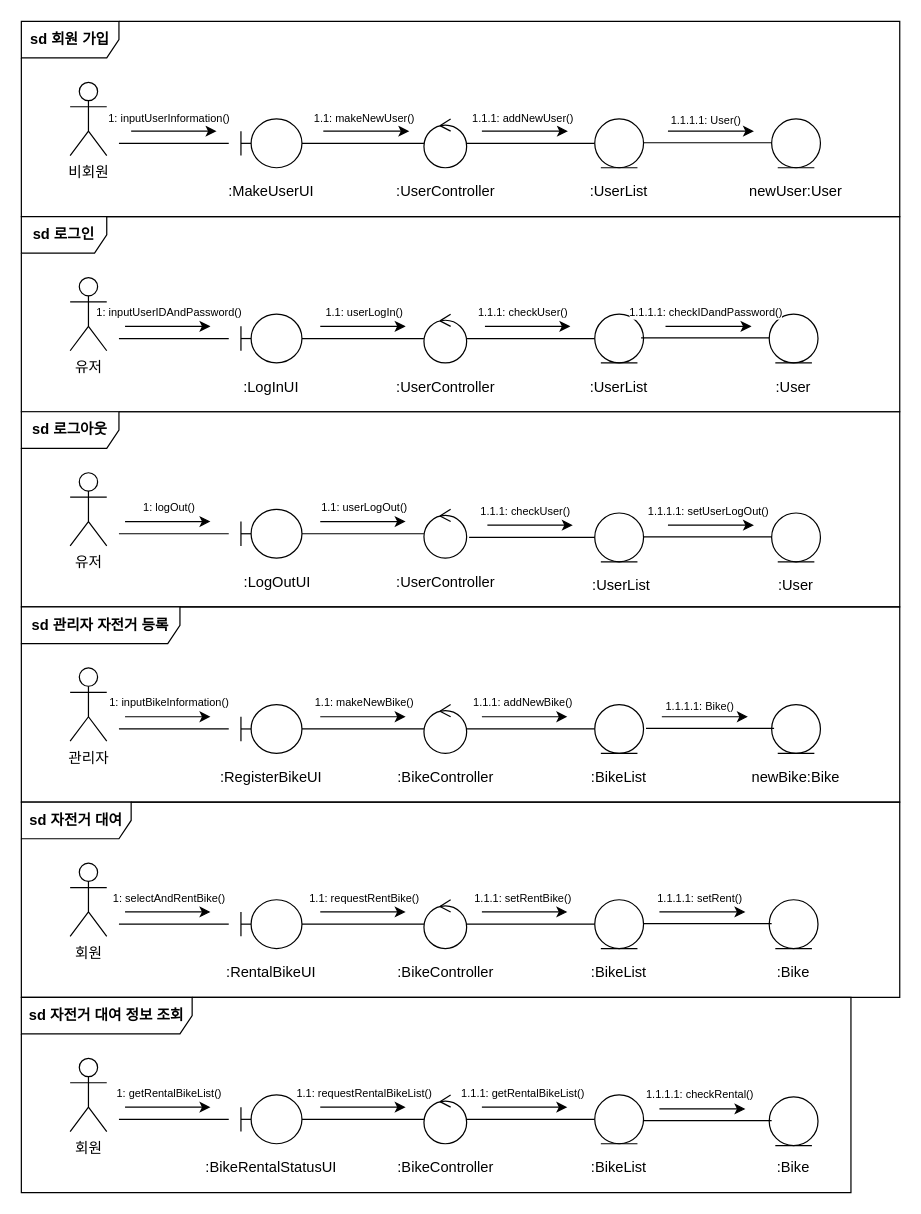
This is Communication_Diagram.drawio from brian70304/SE_Project2, a draw.io file, before an edit. Source tidied: cells renumbered, new cells numbered last; positions are measured from the earlier drawing's top-left corner, leaving out a move shared by most shapes. Both pictures are drawn from the tidied source at 122%, with x=0, y=0 at pixel (21, 21).
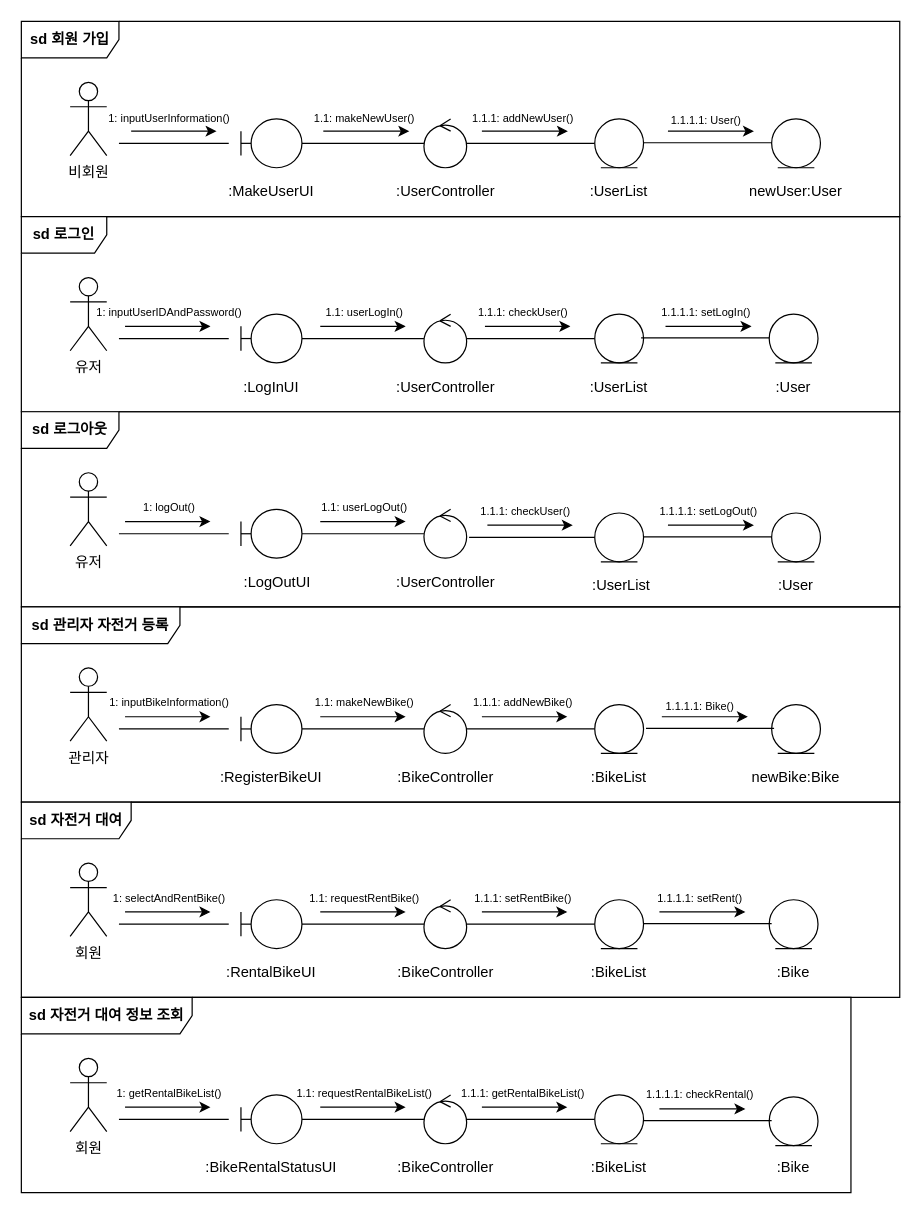
Above is the later version.

The edit, as a diff of the source:
```diff
@@
-    <mxCell id="122" value="&lt;font style=&quot;font-size: 9px;&quot;&gt;1.1.1.1: checkIDandPassword()&lt;/font&gt;" style="edgeLabel;html=1;align=center;verticalAlign=middle;" parent="1" vertex="1">
+    <mxCell id="122" value="&lt;font style=&quot;font-size: 9px;&quot;&gt;1.1.1.1: setLogIn()&lt;/font&gt;" style="edgeLabel;html=1;align=center;verticalAlign=middle;" parent="1" vertex="1">
       <mxGeometry x="560" y="237" as="geometry" />
     </mxCell>
@@
-    <mxCell id="130" value="&lt;font style=&quot;font-size: 9px;&quot;&gt;1.1.1.1: setUserLogOut()&lt;/font&gt;" style="edgeLabel;html=1;align=center;verticalAlign=middle;" parent="1" vertex="1">
+    <mxCell id="130" value="&lt;font style=&quot;font-size: 9px;&quot;&gt;1.1.1.1: setLogOut()&lt;/font&gt;" style="edgeLabel;html=1;align=center;verticalAlign=middle;" parent="1" vertex="1">
       <mxGeometry x="562" y="400" as="geometry" />
     </mxCell>
```
